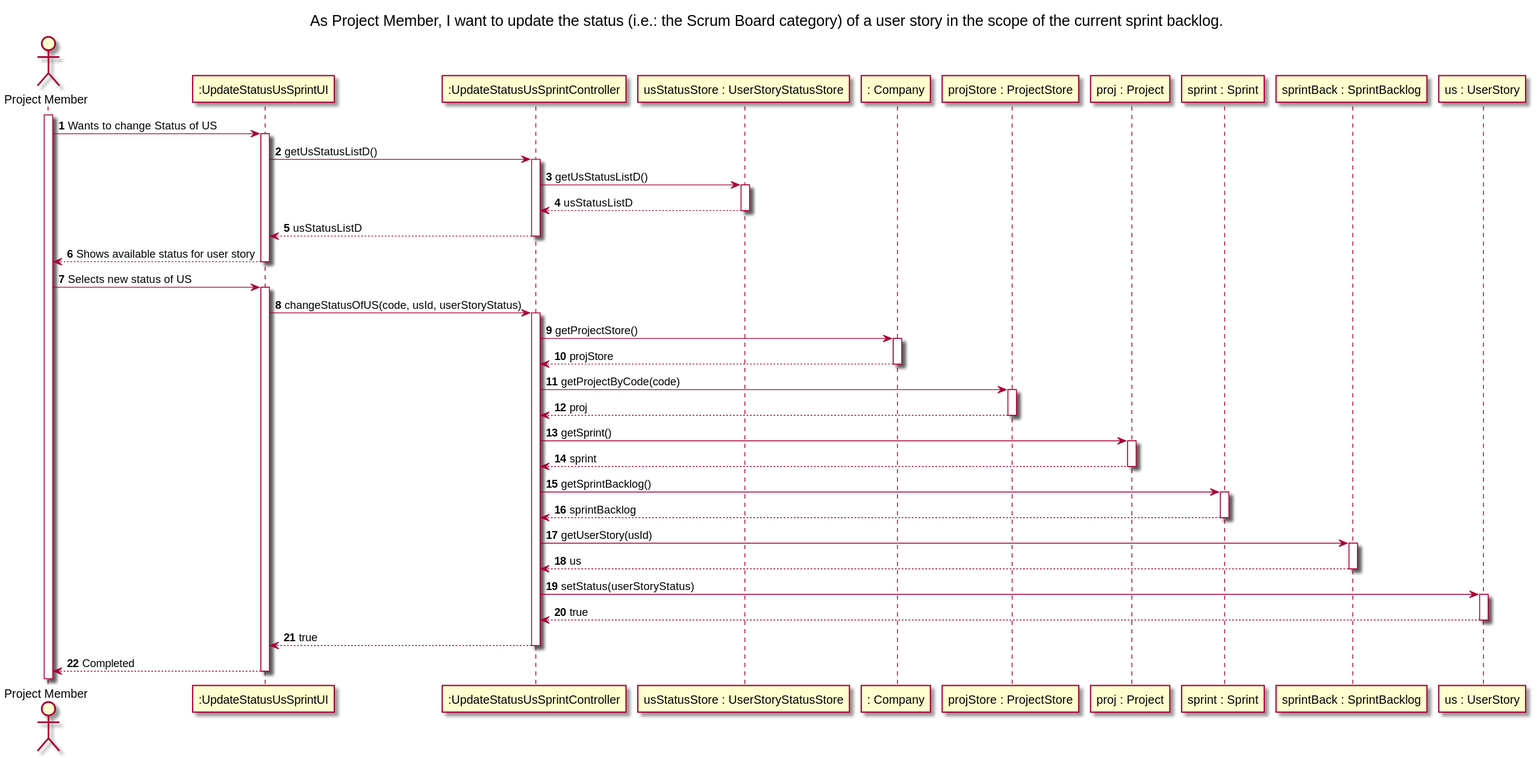
The PlantUML diagram docs/Sprint3/US034/US034-SD.svg in nunogon1211787/projectManagement, before a commit.
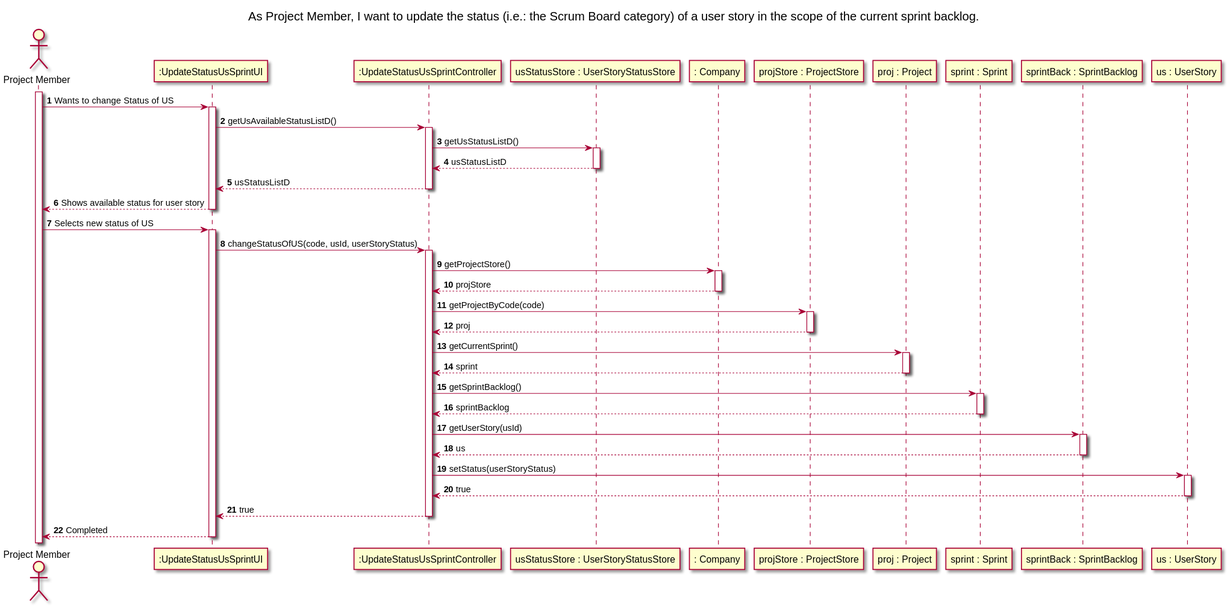
Later version of the same file.

Change to the diagram source:
```diff
@@ -20,7 +20,7 @@
 activate PM
 
 PM -> System: Wants to change Status of US
-System -> Ctrl: getUsStatusListD()
+System -> Ctrl: getUsAvailableStatusListD()
 Ctrl -> C7: getUsStatusListD()
 C7 --> Ctrl: usStatusListD
 Ctrl --> System: usStatusListD
@@ -32,7 +32,7 @@
 C1 --> Ctrl: projStore
 Ctrl -> C2: getProjectByCode(code)
 C2 --> Ctrl: proj
-Ctrl -> C3: getSprint()
+Ctrl -> C3: getCurrentSprint()
 C3 --> Ctrl: sprint
 Ctrl -> C5: getSprintBacklog()
 C5 --> Ctrl: sprintBacklog
```
